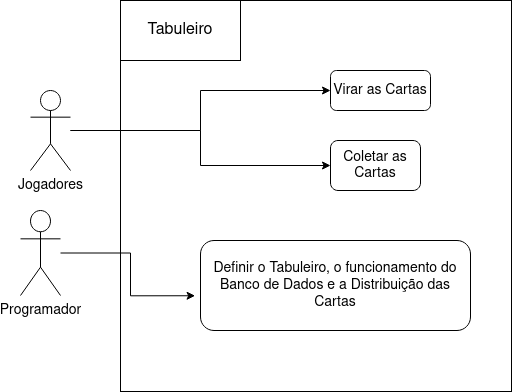
This is Diagrama de Caso de Uso.drawio.png from FelipeRibeirooo/Entrega-03-OO-UML, a draw.io export, as it was before one commit. Source tidied: cells renumbered, new cells last; positions are measured from the earlier drawing's top-left corner, leaving out a move shared by most shapes.
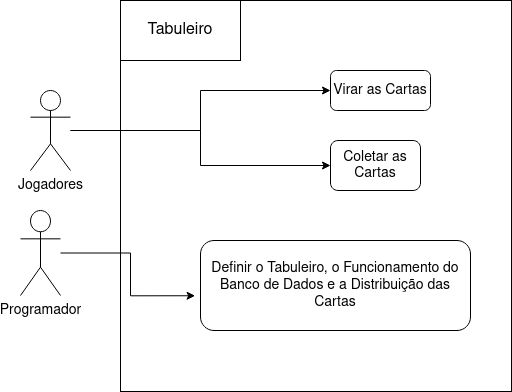
After the change.

Diff of the diagram source:
```diff
@@ -23,7 +23,7 @@
     <mxCell id="7" value="&lt;div&gt;&lt;font style=&quot;font-size: 14px;&quot;&gt;Jogadores&lt;/font&gt;&lt;/div&gt;" style="shape=umlActor;verticalLabelPosition=bottom;verticalAlign=top;html=1;outlineConnect=0;" parent="1" vertex="1">
       <mxGeometry x="10" y="90" width="40" height="80" as="geometry" />
     </mxCell>
-    <mxCell id="8" value="&lt;font style=&quot;font-size: 14px;&quot;&gt;Definir o Tabuleiro, o funcionamento do Banco de Dados e a Distribuição das Cartas&lt;/font&gt;" style="text;html=1;strokeColor=default;fillColor=none;align=center;verticalAlign=middle;whiteSpace=wrap;rounded=1;" parent="1" vertex="1">
+    <mxCell id="8" value="&lt;font style=&quot;font-size: 14px;&quot;&gt;Definir o Tabuleiro, o Funcionamento do Banco de Dados e a Distribuição das Cartas&lt;/font&gt;" style="text;html=1;strokeColor=default;fillColor=none;align=center;verticalAlign=middle;whiteSpace=wrap;rounded=1;" parent="1" vertex="1">
       <mxGeometry x="180" y="240" width="270" height="90" as="geometry" />
     </mxCell>
     <mxCell id="9" value="&lt;font style=&quot;font-size: 14px;&quot;&gt;Virar as Cartas&lt;/font&gt;" style="text;html=1;strokeColor=default;fillColor=none;align=center;verticalAlign=middle;whiteSpace=wrap;rounded=1;" parent="1" vertex="1">
```
